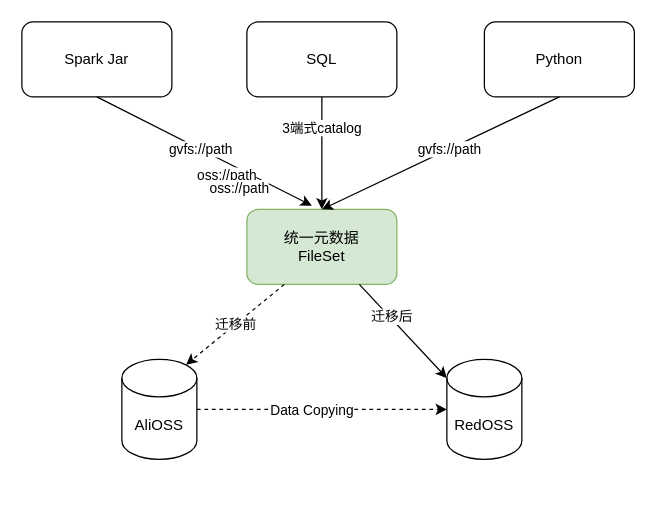
This is new oss.drawio from labud/pictures, a draw.io file, before an edit. Source tidied: cells renumbered, new cells numbered last; positions are measured from the earlier drawing's top-left corner, leaving out a move shared by most shapes. Both pictures are drawn from the tidied source at 125%, with x=0, y=0 at pixel (21, 21).
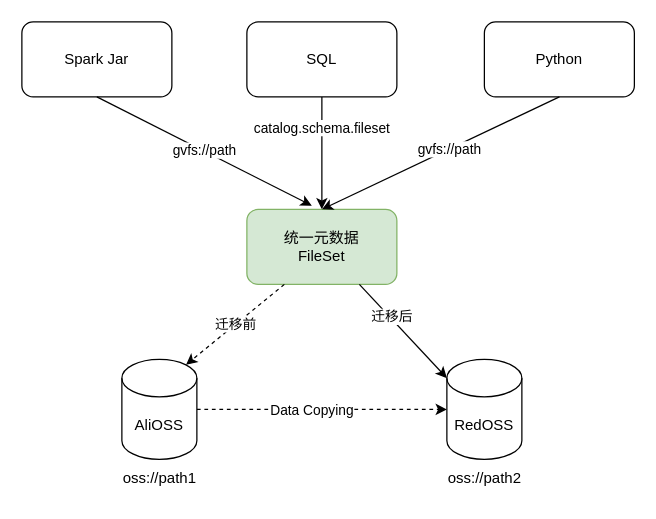
Above is the later version.

Unchanged cells that the change refers to:
```xml
<mxCell id="2" value="Spark Jar" style="rounded=1;whiteSpace=wrap;html=1;" parent="1" vertex="1">
  <mxGeometry width="120" height="60" as="geometry" />
</mxCell>
<mxCell id="3" style="edgeStyle=orthogonalEdgeStyle;rounded=0;jettySize=auto;html=1;" parent="1" edge="1" source="5" target="7">
  <mxGeometry relative="1" as="geometry" />
</mxCell>
<mxCell id="7" value="统一元数据&lt;div&gt;FileSet&lt;/div&gt;" style="rounded=1;whiteSpace=wrap;html=1;fillColor=#d5e8d4;strokeColor=#82b366;" parent="1" vertex="1">
  <mxGeometry x="180" y="150" width="120" height="60" as="geometry" />
</mxCell>
```

The edit, as a diff of the source:
```diff
@@
-    <mxCell id="4" value="3端式catalog" style="edgeLabel;html=1;align=center;verticalAlign=middle;" parent="3" vertex="1">
+    <mxCell id="4" value="catalog.schema.fileset" style="edgeLabel;html=1;align=center;verticalAlign=middle;" parent="3" vertex="1">
       <mxGeometry x="-0.47" y="-1" relative="1" as="geometry" />
     </mxCell>
@@
-    <mxCell id="8" style="endArrow=classic;html=1;rounded=0;exitX=0.5;exitY=1;exitDx=0;exitDy=0;entryX=0.433;entryY=-0.05;entryDx=0;entryDy=0;entryPerimeter=0;" parent="1" edge="1" source="2" target="7">
+    <mxCell id="8" value="gvfs://path" style="endArrow=classic;html=1;rounded=0;exitX=0.5;exitY=1;exitDx=0;exitDy=0;entryX=0.433;entryY=-0.05;entryDx=0;entryDy=0;entryPerimeter=0;" parent="1" edge="1" source="2" target="7">
       <mxGeometry relative="1" as="geometry" />
     </mxCell>
-    <mxCell id="9" value="gvfs://path" style="edgeLabel;html=1;align=center;verticalAlign=middle;" parent="8" vertex="1">
-      <mxGeometry x="-0.03" relative="1" as="geometry" />
-    </mxCell>
@@
-    <mxCell id="17" value="oss://path" style="edgeLabel;html=1;align=center;verticalAlign=middle;" parent="1" vertex="1">
-      <mxGeometry x="163.9" y="122.4" as="geometry" />
-    </mxCell>
-    <mxCell id="18" value="oss://path" style="edgeLabel;html=1;align=center;verticalAlign=middle;" parent="1" vertex="1">
-      <mxGeometry x="173.9" y="132.4" as="geometry" />
-    </mxCell>
@@
+    <mxCell id="21" value="oss://path1" style="text;html=1;align=center;verticalAlign=middle;strokeColor=none;fillColor=none;" parent="1" vertex="1">
+      <mxGeometry x="70" y="350" width="80" height="30" as="geometry" />
+    </mxCell>
+    <mxCell id="22" value="oss://path2" style="text;html=1;align=center;verticalAlign=middle;strokeColor=none;fillColor=none;" parent="1" vertex="1">
+      <mxGeometry x="330" y="350" width="80" height="30" as="geometry" />
+    </mxCell>
```
